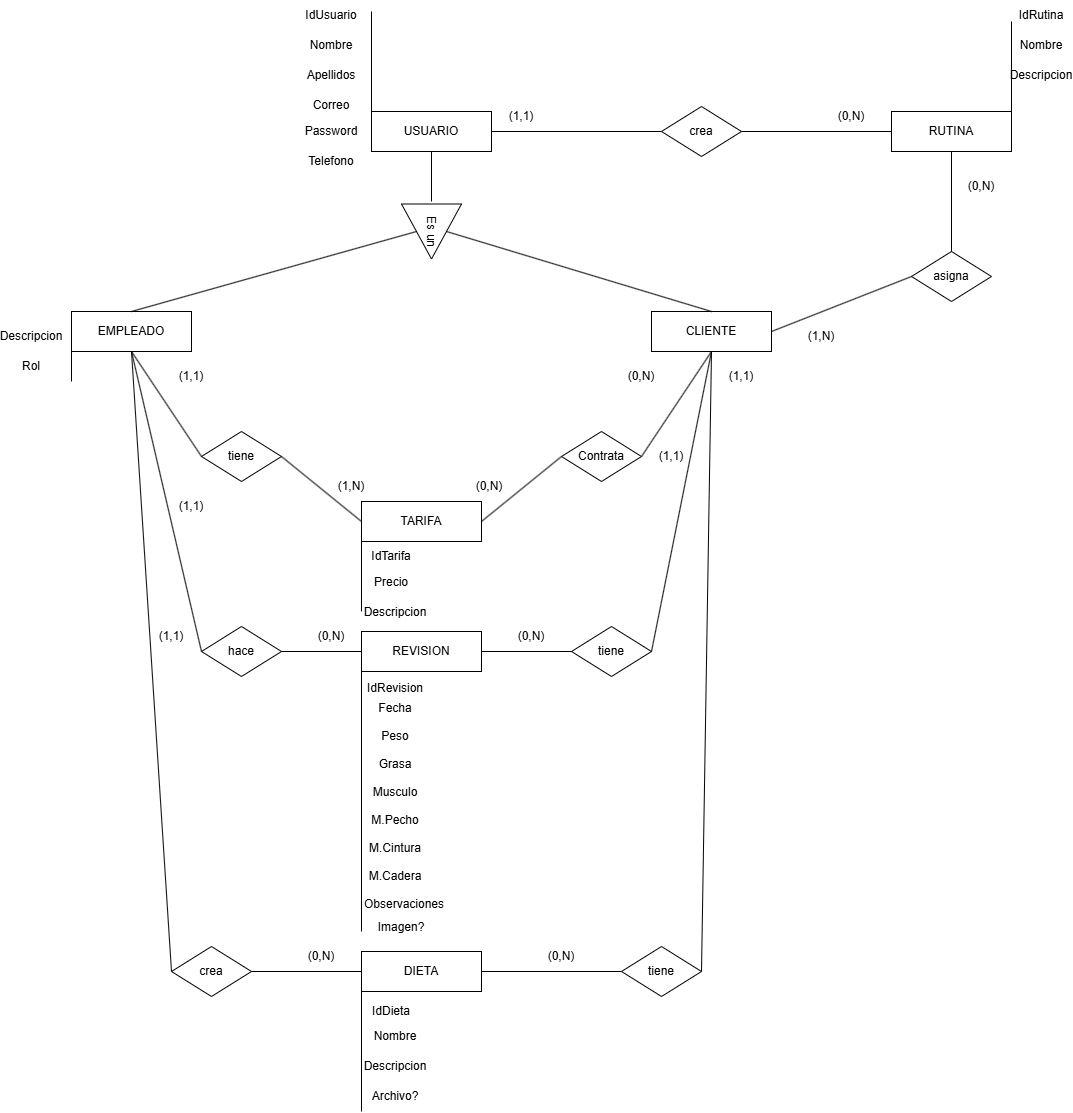
The draw.io diagram Diagramas/Entidad-RelacionFitness360.drawio.png in Antoniodp00/Fitness360-Proyecto3EVAL-, before a commit. Source tidied: cells renumbered, new cells last; positions are measured from the earlier drawing's top-left corner, leaving out a move shared by most shapes.
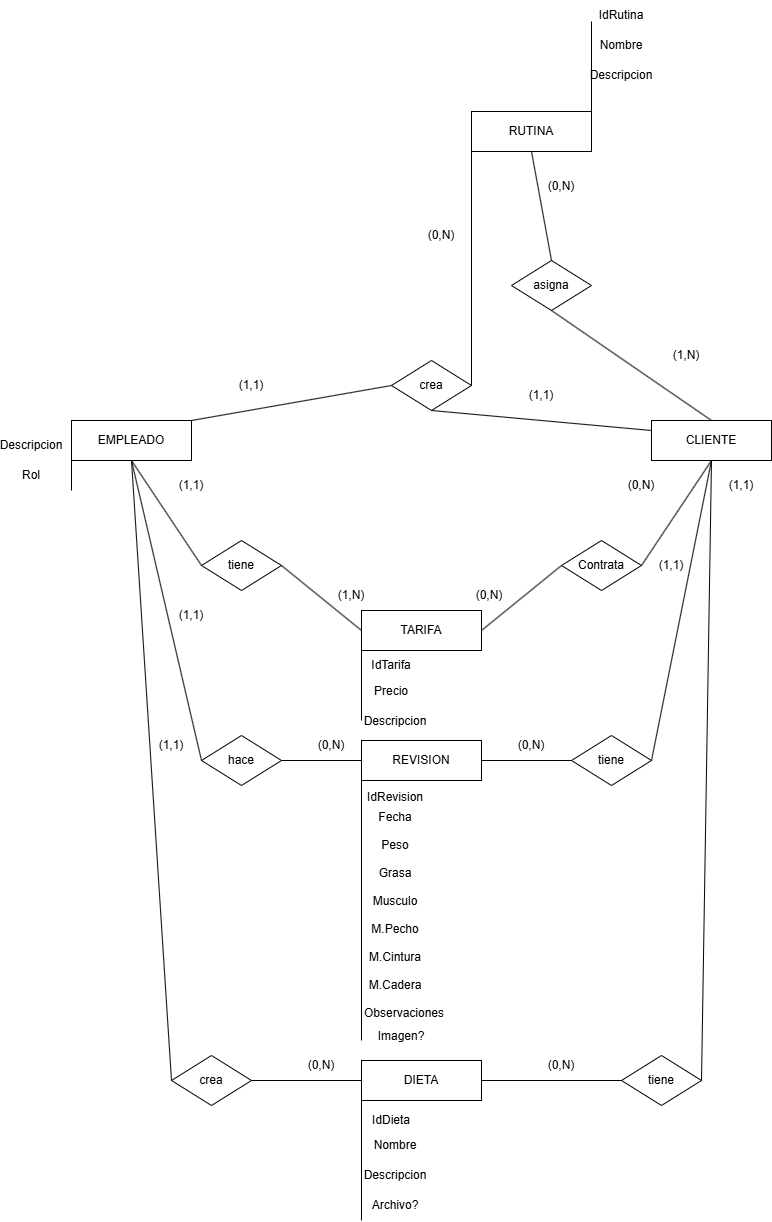
Above is the later version.

What changed in the source:
```diff
@@ -2,34 +2,17 @@
   <root>
     <mxCell id="0" />
     <mxCell id="1" parent="0" />
-    <mxCell id="2" value="USUARIO" style="rounded=0;whiteSpace=wrap;html=1;" parent="1" vertex="1">
-      <mxGeometry x="370" y="111" width="120" height="40" as="geometry" />
-    </mxCell>
-    <mxCell id="3" value="Es un" style="triangle;whiteSpace=wrap;html=1;rotation=90;" parent="1" vertex="1">
-      <mxGeometry x="402.5" y="201" width="55" height="60" as="geometry" />
-    </mxCell>
     <mxCell id="4" value="EMPLEADO" style="rounded=0;whiteSpace=wrap;html=1;" parent="1" vertex="1">
       <mxGeometry x="70" y="311" width="120" height="40" as="geometry" />
     </mxCell>
     <mxCell id="5" value="CLIENTE" style="rounded=0;whiteSpace=wrap;html=1;" parent="1" vertex="1">
       <mxGeometry x="650" y="311" width="120" height="40" as="geometry" />
     </mxCell>
-    <mxCell id="6" style="endArrow=none;html=1;rounded=0;entryX=0.5;entryY=1;entryDx=0;entryDy=0;exitX=0.5;exitY=0;exitDx=0;exitDy=0;" parent="1" edge="1" source="4" target="3">
-      <mxGeometry relative="1" as="geometry" />
-    </mxCell>
-    <mxCell id="7" style="endArrow=none;html=1;rounded=0;entryX=0.5;entryY=0;entryDx=0;entryDy=0;exitX=0.5;exitY=0;exitDx=0;exitDy=0;" parent="1" edge="1" source="5" target="3">
-      <mxGeometry relative="1" as="geometry" />
-    </mxCell>
-    <mxCell id="8" style="endArrow=none;html=1;rounded=0;entryX=0.5;entryY=1;entryDx=0;entryDy=0;" parent="1" edge="1" target="2">
-      <mxGeometry relative="1" as="geometry">
-        <mxPoint x="430" y="201" as="sourcePoint" />
-      </mxGeometry>
-    </mxCell>
     <mxCell id="9" value="TARIFA" style="rounded=0;whiteSpace=wrap;html=1;" parent="1" vertex="1">
       <mxGeometry x="360" y="501" width="120" height="40" as="geometry" />
     </mxCell>
     <mxCell id="10" value="RUTINA" style="rounded=0;whiteSpace=wrap;html=1;" parent="1" vertex="1">
-      <mxGeometry x="890" y="111" width="120" height="40" as="geometry" />
+      <mxGeometry x="470" y="2" width="120" height="40" as="geometry" />
     </mxCell>
     <mxCell id="11" value="tiene" style="rhombus;whiteSpace=wrap;html=1;" parent="1" vertex="1">
       <mxGeometry x="200" y="431" width="80" height="50" as="geometry" />
@@ -116,19 +99,22 @@
       <mxGeometry relative="1" as="geometry" />
     </mxCell>
     <mxCell id="39" value="crea" style="rhombus;whiteSpace=wrap;html=1;" parent="1" vertex="1">
-      <mxGeometry x="660" y="106" width="80" height="50" as="geometry" />
+      <mxGeometry x="390" y="251" width="80" height="50" as="geometry" />
     </mxCell>
-    <mxCell id="40" style="endArrow=none;html=1;rounded=0;entryX=0;entryY=0.5;entryDx=0;entryDy=0;exitX=1;exitY=0.5;exitDx=0;exitDy=0;" parent="1" edge="1" source="2" target="39">
+    <mxCell id="40" style="endArrow=none;html=1;rounded=0;entryX=0;entryY=0.5;entryDx=0;entryDy=0;exitX=1;exitY=0;exitDx=0;exitDy=0;" parent="1" edge="1" source="4" target="39">
       <mxGeometry relative="1" as="geometry" />
     </mxCell>
     <mxCell id="41" style="endArrow=none;html=1;rounded=0;entryX=0;entryY=0.5;entryDx=0;entryDy=0;exitX=1;exitY=0.5;exitDx=0;exitDy=0;" parent="1" edge="1" source="39" target="10">
       <mxGeometry relative="1" as="geometry" />
     </mxCell>
     <mxCell id="42" value="asigna" style="rhombus;whiteSpace=wrap;html=1;" parent="1" vertex="1">
-      <mxGeometry x="910" y="251" width="80" height="50" as="geometry" />
+      <mxGeometry x="510" y="151" width="80" height="50" as="geometry" />
     </mxCell>
-    <mxCell id="43" style="endArrow=none;html=1;rounded=0;entryX=0;entryY=0.5;entryDx=0;entryDy=0;exitX=1;exitY=0.5;exitDx=0;exitDy=0;" parent="1" edge="1" source="5" target="42">
-      <mxGeometry relative="1" as="geometry" />
+    <mxCell id="43" style="endArrow=none;html=1;rounded=0;" parent="1" edge="1">
+      <mxGeometry relative="1" as="geometry">
+        <mxPoint x="710" y="311" as="sourcePoint" />
+        <mxPoint x="550" y="201" as="targetPoint" />
+      </mxGeometry>
     </mxCell>
     <mxCell id="44" style="endArrow=none;html=1;rounded=0;exitX=0.5;exitY=0;exitDx=0;exitDy=0;entryX=0.5;entryY=1;entryDx=0;entryDy=0;" parent="1" edge="1" source="42" target="10">
       <mxGeometry relative="1" as="geometry" />
@@ -146,40 +132,14 @@
       <mxGeometry x="710" y="361" width="60" height="30" as="geometry" />
     </mxCell>
     <mxCell id="49" value="(0,N)" style="text;html=1;align=center;verticalAlign=middle;whiteSpace=wrap;rounded=0;" parent="1" vertex="1">
-      <mxGeometry x="820" y="101" width="60" height="30" as="geometry" />
+      <mxGeometry x="410" y="111" width="60" height="30" as="geometry" />
     </mxCell>
-    <mxCell id="50" value="(1,1)" style="text;html=1;align=center;verticalAlign=middle;whiteSpace=wrap;rounded=0;" parent="1" vertex="1">
-      <mxGeometry x="490" y="101" width="60" height="30" as="geometry" />
-    </mxCell>
     <mxCell id="51" value="(0,N)" style="text;html=1;align=center;verticalAlign=middle;whiteSpace=wrap;rounded=0;" parent="1" vertex="1">
-      <mxGeometry x="950" y="171" width="60" height="30" as="geometry" />
+      <mxGeometry x="530" y="62" width="60" height="30" as="geometry" />
     </mxCell>
     <mxCell id="52" value="(1,N)" style="text;html=1;align=center;verticalAlign=middle;whiteSpace=wrap;rounded=0;" parent="1" vertex="1">
-      <mxGeometry x="790" y="321" width="60" height="30" as="geometry" />
+      <mxGeometry x="655" y="231" width="60" height="30" as="geometry" />
     </mxCell>
-    <mxCell id="53" style="endArrow=none;html=1;rounded=0;exitX=0;exitY=0;exitDx=0;exitDy=0;" parent="1" edge="1" source="2">
-      <mxGeometry relative="1" as="geometry">
-        <mxPoint x="370" y="11" as="targetPoint" />
-      </mxGeometry>
-    </mxCell>
-    <mxCell id="54" value="Nombre" style="text;html=1;align=center;verticalAlign=middle;whiteSpace=wrap;rounded=0;" parent="1" vertex="1">
-      <mxGeometry x="300" y="30" width="60" height="30" as="geometry" />
-    </mxCell>
-    <mxCell id="55" value="IdUsuario" style="text;html=1;align=center;verticalAlign=middle;whiteSpace=wrap;rounded=0;" parent="1" vertex="1">
-      <mxGeometry x="300" width="60" height="30" as="geometry" />
-    </mxCell>
-    <mxCell id="56" value="Apellidos" style="text;html=1;align=center;verticalAlign=middle;whiteSpace=wrap;rounded=0;" parent="1" vertex="1">
-      <mxGeometry x="300" y="60" width="60" height="30" as="geometry" />
-    </mxCell>
-    <mxCell id="57" value="Correo" style="text;html=1;align=center;verticalAlign=middle;whiteSpace=wrap;rounded=0;" parent="1" vertex="1">
-      <mxGeometry x="300" y="90" width="60" height="30" as="geometry" />
-    </mxCell>
-    <mxCell id="58" value="Password" style="text;html=1;align=center;verticalAlign=middle;whiteSpace=wrap;rounded=0;" parent="1" vertex="1">
-      <mxGeometry x="300" y="116" width="60" height="30" as="geometry" />
-    </mxCell>
-    <mxCell id="59" value="Telefono" style="text;html=1;align=center;verticalAlign=middle;whiteSpace=wrap;rounded=0;" parent="1" vertex="1">
-      <mxGeometry x="300" y="146" width="60" height="30" as="geometry" />
-    </mxCell>
     <mxCell id="60" style="endArrow=none;html=1;rounded=0;entryX=0;entryY=1;entryDx=0;entryDy=0;" parent="1" edge="1" target="4">
       <mxGeometry relative="1" as="geometry">
         <mxPoint x="70" y="381" as="sourcePoint" />
@@ -259,17 +219,26 @@
     </mxCell>
     <mxCell id="83" style="endArrow=none;html=1;rounded=0;exitX=1;exitY=0;exitDx=0;exitDy=0;" parent="1" edge="1" source="10">
       <mxGeometry relative="1" as="geometry">
-        <mxPoint x="1010" y="21" as="targetPoint" />
+        <mxPoint x="590" y="-88" as="targetPoint" />
       </mxGeometry>
     </mxCell>
     <mxCell id="84" value="IdRutina" style="text;html=1;align=center;verticalAlign=middle;whiteSpace=wrap;rounded=0;" parent="1" vertex="1">
-      <mxGeometry x="1010" width="60" height="30" as="geometry" />
+      <mxGeometry x="590" y="-109" width="60" height="30" as="geometry" />
     </mxCell>
     <mxCell id="85" value="Nombre" style="text;html=1;align=center;verticalAlign=middle;whiteSpace=wrap;rounded=0;" parent="1" vertex="1">
-      <mxGeometry x="1010" y="30" width="60" height="30" as="geometry" />
+      <mxGeometry x="590" y="-79" width="60" height="30" as="geometry" />
     </mxCell>
     <mxCell id="86" value="Descripcion" style="text;html=1;align=center;verticalAlign=middle;whiteSpace=wrap;rounded=0;" parent="1" vertex="1">
-      <mxGeometry x="1010" y="60" width="60" height="30" as="geometry" />
+      <mxGeometry x="590" y="-49" width="60" height="30" as="geometry" />
     </mxCell>
+    <mxCell id="87" style="endArrow=none;html=1;rounded=0;entryX=0.5;entryY=1;entryDx=0;entryDy=0;exitX=0;exitY=0.25;exitDx=0;exitDy=0;" parent="1" edge="1" source="5" target="39">
+      <mxGeometry relative="1" as="geometry" />
+    </mxCell>
+    <mxCell id="88" value="(1,1)" style="text;html=1;align=center;verticalAlign=middle;whiteSpace=wrap;rounded=0;" parent="1" vertex="1">
+      <mxGeometry x="510" y="271" width="60" height="30" as="geometry" />
+    </mxCell>
+    <mxCell id="89" value="(1,1)" style="text;html=1;align=center;verticalAlign=middle;whiteSpace=wrap;rounded=0;" parent="1" vertex="1">
+      <mxGeometry x="220" y="261" width="60" height="30" as="geometry" />
+    </mxCell>
   </root>
 </mxGraphModel>
```
